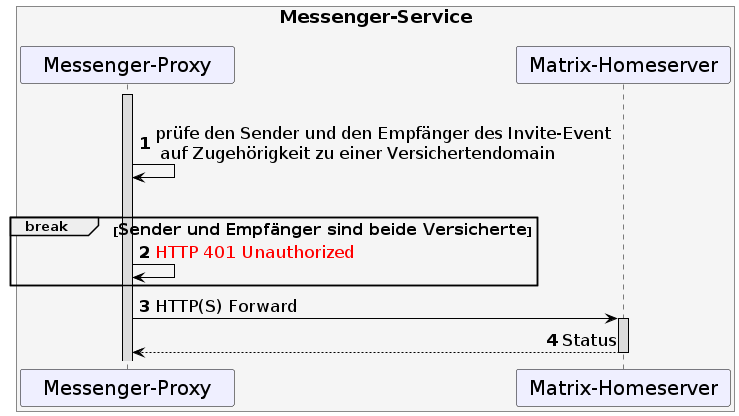
This is images/diagrams/ePA_FDV/UC_10233_Seq.png from gematik/api-ti-messenger, a PlantUML export, as it was before one commit.
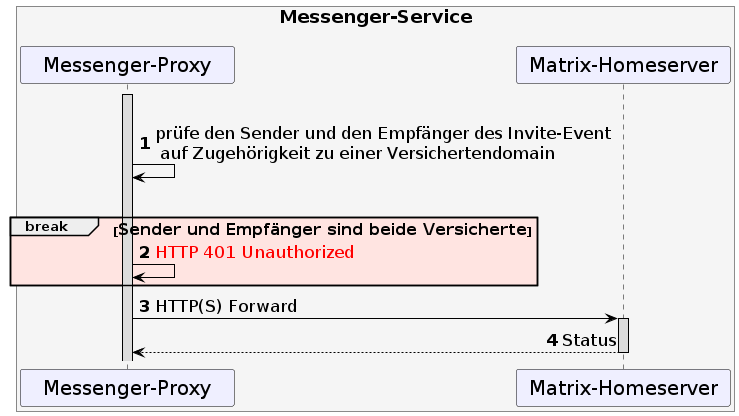
Above is the later version.

What changed in the source:
```diff
@@ -37,7 +37,7 @@
 Activate MP
 MP->MP: prüfe den Sender und den Empfänger des Invite-Event\n auf Zugehörigkeit zu einer Versichertendomain
 |||
-break <size:16>Sender und Empfänger sind beide Versicherte</size>
+break #MistyRose <size:16>Sender und Empfänger sind beide Versicherte</size>
 MP->MP: <font color=red>HTTP 401 Unauthorized</font>
 end
 
```
